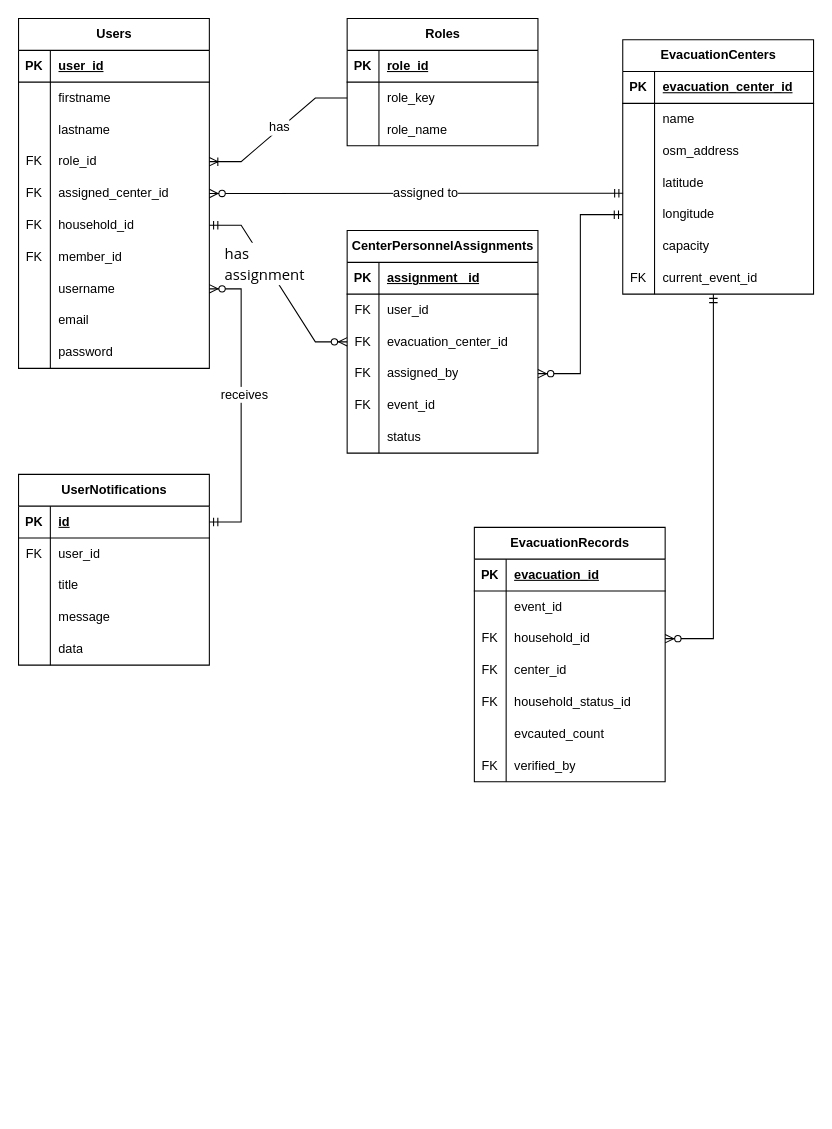
Earlier version of the draw.io diagram page "ERD" (3 of 3) of docs/sys1.0.drawio (klint-droid/EvaTrack). Source tidied: cells renumbered, new cells numbered last; positions are measured from the earlier drawing's top-left corner, leaving out a move shared by most shapes. Both pictures are drawn from the tidied source at 106%, with x=0, y=0 at pixel (18, 18).
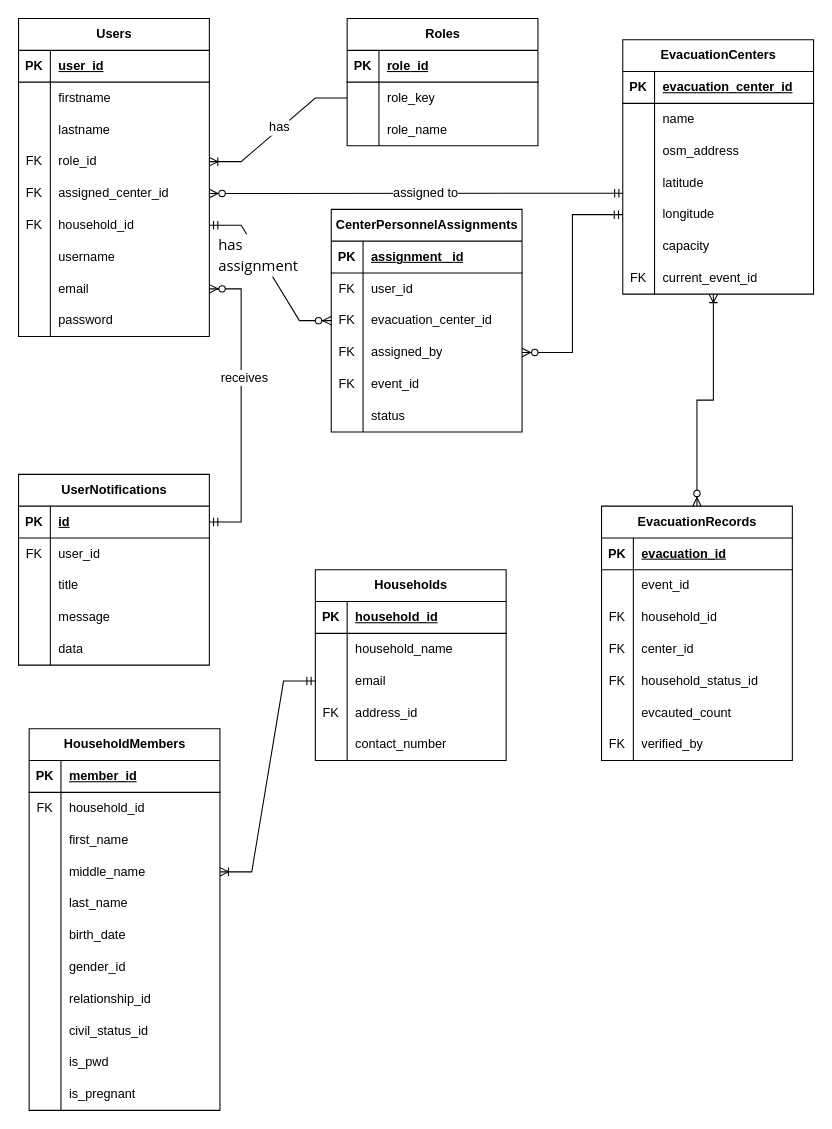
The same page after the edit.

The change refers to these unchanged cells:
```xml
<mxCell id="65" style="shape=tableRow;horizontal=0;startSize=0;swimlaneHead=0;swimlaneBody=0;fillColor=none;points=[[0,0.5],[1,0.5]];portConstraint=eastwest;top=0;left=0;right=0;bottom=1;" parent="64" vertex="1">
  <mxGeometry y="30" width="180" height="30" as="geometry" />
</mxCell>
<mxCell id="103" style="shape=tableRow;horizontal=0;startSize=0;swimlaneHead=0;swimlaneBody=0;fillColor=none;points=[[0,0.5],[1,0.5]];portConstraint=eastwest;top=0;left=0;right=0;bottom=0;" parent="84" vertex="1">
  <mxGeometry y="210" width="180" height="30" as="geometry" />
</mxCell>
<mxCell id="116" style="shape=tableRow;horizontal=0;startSize=0;swimlaneHead=0;swimlaneBody=0;fillColor=none;points=[[0,0.5],[1,0.5]];portConstraint=eastwest;top=0;left=0;right=0;bottom=0;" parent="109" vertex="1">
  <mxGeometry y="90" width="180" height="30" as="geometry" />
</mxCell>
```

Diff of the diagram source:
```diff
@@
     <mxCell id="2" value="Users" style="shape=table;startSize=30;childLayout=tableLayout;rowLines=0;fontStyle=1;align=center;html=1;" parent="1" vertex="1">
-      <mxGeometry width="180" height="330" as="geometry" />
+      <mxGeometry width="180" height="300" as="geometry" />
     </mxCell>
@@
-    <mxCell id="21" style="shape=tableRow;horizontal=0;startSize=0;swimlaneHead=0;swimlaneBody=0;fillColor=none;top=0;left=0;right=0;bottom=0;" parent="2" vertex="1">
-      <mxGeometry y="210" width="180" height="30" as="geometry" />
-    </mxCell>
-    <mxCell id="22" value="FK" style="shape=partialRectangle;fillColor=none;top=0;left=0;bottom=0;right=0;overflow=hidden;whiteSpace=wrap;html=1;" parent="21" vertex="1">
-      <mxGeometry width="30" height="30" as="geometry" />
-    </mxCell>
-    <mxCell id="23" value="member_id" style="shape=partialRectangle;fillColor=none;top=0;left=0;bottom=0;right=0;align=left;spacingLeft=6;overflow=hidden;whiteSpace=wrap;html=1;" parent="21" vertex="1">
-      <mxGeometry x="30" width="150" height="30" as="geometry" />
-    </mxCell>
     <mxCell id="24" style="shape=tableRow;horizontal=0;startSize=0;swimlaneHead=0;swimlaneBody=0;fillColor=none;points=[[0,0.5],[1,0.5]];portConstraint=eastwest;top=0;left=0;right=0;bottom=0;" parent="2" vertex="1">
-      <mxGeometry y="240" width="180" height="30" as="geometry" />
+      <mxGeometry y="210" width="180" height="30" as="geometry" />
     </mxCell>
@@
     <mxCell id="27" style="shape=tableRow;horizontal=0;startSize=0;swimlaneHead=0;swimlaneBody=0;fillColor=none;points=[[0,0.5],[1,0.5]];portConstraint=eastwest;top=0;left=0;right=0;bottom=0;" parent="2" vertex="1">
-      <mxGeometry y="270" width="180" height="30" as="geometry" />
+      <mxGeometry y="240" width="180" height="30" as="geometry" />
     </mxCell>
@@
     <mxCell id="30" style="shape=tableRow;horizontal=0;startSize=0;swimlaneHead=0;swimlaneBody=0;fillColor=none;top=0;left=0;right=0;bottom=0;" parent="2" vertex="1">
-      <mxGeometry y="300" width="180" height="30" as="geometry" />
+      <mxGeometry y="270" width="180" height="30" as="geometry" />
     </mxCell>
@@
     <mxCell id="45" value="CenterPersonnelAssignments" style="shape=table;startSize=30;childLayout=tableLayout;rowLines=0;fontStyle=1;align=center;html=1;" parent="1" vertex="1">
-      <mxGeometry x="310" y="200" width="180" height="210" as="geometry" />
+      <mxGeometry x="295" y="180" width="180" height="210" as="geometry" />
     </mxCell>
@@
-    <mxCell id="82" style="edgeStyle=entityRelationEdgeStyle;fontSize=12;html=1;endArrow=ERzeroToMany;startArrow=ERmandOne;rounded=0;defaultLabelBackgroundColor=page;labelPadding=0 4;entryX=1;entryY=0.5;entryDx=0;entryDy=0;exitX=1;exitY=0.5;exitDx=0;exitDy=0;" parent="1" edge="1" source="65" target="24">
-      <mxGeometry x="-0.05" relative="1" as="geometry" />
+    <mxCell id="82" style="edgeStyle=entityRelationEdgeStyle;fontSize=12;html=1;endArrow=ERzeroToMany;startArrow=ERmandOne;rounded=0;defaultLabelBackgroundColor=page;labelPadding=0 4;entryX=1;entryY=0.5;entryDx=0;entryDy=0;exitX=1;exitY=0.5;exitDx=0;exitDy=0;" parent="1" edge="1" source="65" target="27">
+      <mxGeometry x="0.05" relative="1" as="geometry" />
     </mxCell>
     <mxCell id="83" value="receives" style="edgeLabel;html=1;align=center;verticalAlign=middle;inheritText=1;fontSize=12;defaultLabelBackgroundColor=page;labelPadding=0 4;" parent="82" vertex="1">
-      <mxGeometry x="0.08" y="-2" relative="1" as="geometry" />
+      <mxGeometry x="0.19" y="-2" relative="1" as="geometry" />
     </mxCell>
@@
     <mxCell id="109" value="EvacuationRecords" style="shape=table;startSize=30;childLayout=tableLayout;rowLines=0;fontStyle=1;align=center;html=1;" parent="1" vertex="1">
-      <mxGeometry x="430" y="480" width="180" height="240" as="geometry" />
+      <mxGeometry x="550" y="460" width="180" height="240" as="geometry" />
     </mxCell>
@@
-    <mxCell id="131" style="fontSize=12;html=1;endArrow=ERzeroToMany;startArrow=ERmandOne;rounded=0;defaultLabelBackgroundColor=page;labelPadding=0 4;edgeStyle=orthogonalEdgeStyle;exitX=0.475;exitY=1;exitDx=0;exitDy=0;exitPerimeter=0;entryX=1;entryY=0.5;entryDx=0;entryDy=0;" parent="1" edge="1" source="103" target="116">
-      <mxGeometry x="0.14" relative="1" as="geometry">
-        <Array as="points">
-          <mxPoint x="655.5" y="585" />
-        </Array>
-      </mxGeometry>
+    <mxCell id="131" style="fontSize=12;html=1;endArrow=ERzeroToMany;startArrow=ERoneToMany;rounded=0;defaultLabelBackgroundColor=page;labelPadding=0 4;edgeStyle=orthogonalEdgeStyle;exitX=0.475;exitY=1;exitDx=0;exitDy=0;exitPerimeter=0;entryX=0.5;entryY=0;entryDx=0;entryDy=0;startFill=0;" parent="1" edge="1" source="103" target="109">
+      <mxGeometry x="-0.27" relative="1" as="geometry" />
     </mxCell>
+    <mxCell id="132" value="Households" style="shape=table;startSize=30;childLayout=tableLayout;rowLines=0;fontStyle=1;align=center;html=1;" parent="1" vertex="1">
+      <mxGeometry x="280" y="520" width="180" height="180" as="geometry" />
+    </mxCell>
+    <mxCell id="133" style="shape=tableRow;horizontal=0;startSize=0;swimlaneHead=0;swimlaneBody=0;fillColor=none;top=0;left=0;right=0;bottom=1;" parent="132" vertex="1">
+      <mxGeometry y="30" width="180" height="30" as="geometry" />
+    </mxCell>
+    <mxCell id="134" value="PK" style="shape=partialRectangle;fillColor=none;top=0;left=0;bottom=0;right=0;fontStyle=1;overflow=hidden;whiteSpace=wrap;html=1;" parent="133" vertex="1">
+      <mxGeometry width="30" height="30" as="geometry" />
+    </mxCell>
+    <mxCell id="135" value="household_id" style="shape=partialRectangle;fillColor=none;top=0;left=0;bottom=0;right=0;align=left;spacingLeft=6;fontStyle=5;overflow=hidden;whiteSpace=wrap;html=1;" parent="133" vertex="1">
+      <mxGeometry x="30" width="150" height="30" as="geometry" />
+    </mxCell>
+    <mxCell id="136" style="shape=tableRow;horizontal=0;startSize=0;swimlaneHead=0;swimlaneBody=0;fillColor=none;top=0;left=0;right=0;bottom=0;" parent="132" vertex="1">
+      <mxGeometry y="60" width="180" height="30" as="geometry" />
+    </mxCell>
+    <mxCell id="137" style="shape=partialRectangle;fillColor=none;top=0;left=0;bottom=0;right=0;overflow=hidden;whiteSpace=wrap;html=1;" parent="136" vertex="1">
+      <mxGeometry width="30" height="30" as="geometry" />
+    </mxCell>
+    <mxCell id="138" value="household_name" style="shape=partialRectangle;fillColor=none;top=0;left=0;bottom=0;right=0;align=left;spacingLeft=6;overflow=hidden;whiteSpace=wrap;html=1;" parent="136" vertex="1">
+      <mxGeometry x="30" width="150" height="30" as="geometry" />
+    </mxCell>
+    <mxCell id="139" style="shape=tableRow;horizontal=0;startSize=0;swimlaneHead=0;swimlaneBody=0;fillColor=none;points=[[0,0.5],[1,0.5]];portConstraint=eastwest;top=0;left=0;right=0;bottom=0;" parent="132" vertex="1">
+      <mxGeometry y="90" width="180" height="30" as="geometry" />
+    </mxCell>
+    <mxCell id="140" style="shape=partialRectangle;fillColor=none;top=0;left=0;bottom=0;right=0;overflow=hidden;whiteSpace=wrap;html=1;" parent="139" vertex="1">
+      <mxGeometry width="30" height="30" as="geometry" />
+    </mxCell>
+    <mxCell id="141" value="email" style="shape=partialRectangle;fillColor=none;top=0;left=0;bottom=0;right=0;align=left;spacingLeft=6;overflow=hidden;whiteSpace=wrap;html=1;" parent="139" vertex="1">
+      <mxGeometry x="30" width="150" height="30" as="geometry" />
+    </mxCell>
+    <mxCell id="142" style="shape=tableRow;horizontal=0;startSize=0;swimlaneHead=0;swimlaneBody=0;fillColor=none;top=0;left=0;right=0;bottom=0;" parent="132" vertex="1">
+      <mxGeometry y="120" width="180" height="30" as="geometry" />
+    </mxCell>
+    <mxCell id="143" value="FK" style="shape=partialRectangle;fillColor=none;top=0;left=0;bottom=0;right=0;overflow=hidden;whiteSpace=wrap;html=1;" parent="142" vertex="1">
+      <mxGeometry width="30" height="30" as="geometry" />
+    </mxCell>
+    <mxCell id="144" value="address_id" style="shape=partialRectangle;fillColor=none;top=0;left=0;bottom=0;right=0;align=left;spacingLeft=6;overflow=hidden;whiteSpace=wrap;html=1;" parent="142" vertex="1">
+      <mxGeometry x="30" width="150" height="30" as="geometry" />
+    </mxCell>
+    <mxCell id="145" style="shape=tableRow;horizontal=0;startSize=0;swimlaneHead=0;swimlaneBody=0;fillColor=none;top=0;left=0;right=0;bottom=0;" parent="132" vertex="1">
+      <mxGeometry y="150" width="180" height="30" as="geometry" />
+    </mxCell>
+    <mxCell id="146" style="shape=partialRectangle;fillColor=none;top=0;left=0;bottom=0;right=0;overflow=hidden;whiteSpace=wrap;html=1;" parent="145" vertex="1">
+      <mxGeometry width="30" height="30" as="geometry" />
+    </mxCell>
+    <mxCell id="147" value="contact_number" style="shape=partialRectangle;fillColor=none;top=0;left=0;bottom=0;right=0;align=left;spacingLeft=6;overflow=hidden;whiteSpace=wrap;html=1;" parent="145" vertex="1">
+      <mxGeometry x="30" width="150" height="30" as="geometry" />
+    </mxCell>
+    <mxCell id="148" value="HouseholdMembers" style="shape=table;startSize=30;childLayout=tableLayout;rowLines=0;fontStyle=1;align=center;html=1;" parent="1" vertex="1">
+      <mxGeometry x="10" y="670" width="180" height="360" as="geometry" />
+    </mxCell>
+    <mxCell id="149" style="shape=tableRow;horizontal=0;startSize=0;swimlaneHead=0;swimlaneBody=0;fillColor=none;top=0;left=0;right=0;bottom=1;" parent="148" vertex="1">
+      <mxGeometry y="30" width="180" height="30" as="geometry" />
+    </mxCell>
+    <mxCell id="150" value="PK" style="shape=partialRectangle;fillColor=none;top=0;left=0;bottom=0;right=0;fontStyle=1;overflow=hidden;whiteSpace=wrap;html=1;" parent="149" vertex="1">
+      <mxGeometry width="30" height="30" as="geometry" />
+    </mxCell>
+    <mxCell id="23" value="member_id" style="shape=partialRectangle;fillColor=none;top=0;left=0;bottom=0;right=0;align=left;spacingLeft=6;fontStyle=5;overflow=hidden;whiteSpace=wrap;html=1;" parent="149" vertex="1">
+      <mxGeometry x="30" width="150" height="30" as="geometry" />
+    </mxCell>
+    <mxCell id="151" style="shape=tableRow;horizontal=0;startSize=0;swimlaneHead=0;swimlaneBody=0;fillColor=none;top=0;left=0;right=0;bottom=0;" parent="148" vertex="1">
+      <mxGeometry y="60" width="180" height="30" as="geometry" />
+    </mxCell>
+    <mxCell id="152" value="FK" style="shape=partialRectangle;fillColor=none;top=0;left=0;bottom=0;right=0;overflow=hidden;whiteSpace=wrap;html=1;" parent="151" vertex="1">
+      <mxGeometry width="30" height="30" as="geometry" />
+    </mxCell>
+    <mxCell id="153" value="household_id" style="shape=partialRectangle;fillColor=none;top=0;left=0;bottom=0;right=0;align=left;spacingLeft=6;overflow=hidden;whiteSpace=wrap;html=1;" parent="151" vertex="1">
+      <mxGeometry x="30" width="150" height="30" as="geometry" />
+    </mxCell>
+    <mxCell id="154" style="shape=tableRow;horizontal=0;startSize=0;swimlaneHead=0;swimlaneBody=0;fillColor=none;top=0;left=0;right=0;bottom=0;" parent="148" vertex="1">
+      <mxGeometry y="90" width="180" height="30" as="geometry" />
+    </mxCell>
+    <mxCell id="155" style="shape=partialRectangle;fillColor=none;top=0;left=0;bottom=0;right=0;overflow=hidden;whiteSpace=wrap;html=1;" parent="154" vertex="1">
+      <mxGeometry width="30" height="30" as="geometry" />
+    </mxCell>
+    <mxCell id="156" value="first_name" style="shape=partialRectangle;fillColor=none;top=0;left=0;bottom=0;right=0;align=left;spacingLeft=6;overflow=hidden;whiteSpace=wrap;html=1;" parent="154" vertex="1">
+      <mxGeometry x="30" width="150" height="30" as="geometry" />
+    </mxCell>
+    <mxCell id="157" style="shape=tableRow;horizontal=0;startSize=0;swimlaneHead=0;swimlaneBody=0;fillColor=none;points=[[0,0.5],[1,0.5]];portConstraint=eastwest;top=0;left=0;right=0;bottom=0;" parent="148" vertex="1">
+      <mxGeometry y="120" width="180" height="30" as="geometry" />
+    </mxCell>
+    <mxCell id="158" style="shape=partialRectangle;fillColor=none;top=0;left=0;bottom=0;right=0;overflow=hidden;whiteSpace=wrap;html=1;" parent="157" vertex="1">
+      <mxGeometry width="30" height="30" as="geometry" />
+    </mxCell>
+    <mxCell id="159" value="middle_name" style="shape=partialRectangle;fillColor=none;top=0;left=0;bottom=0;right=0;align=left;spacingLeft=6;overflow=hidden;whiteSpace=wrap;html=1;" parent="157" vertex="1">
+      <mxGeometry x="30" width="150" height="30" as="geometry" />
+    </mxCell>
+    <mxCell id="160" style="shape=tableRow;horizontal=0;startSize=0;swimlaneHead=0;swimlaneBody=0;fillColor=none;top=0;left=0;right=0;bottom=0;" parent="148" vertex="1">
+      <mxGeometry y="150" width="180" height="30" as="geometry" />
+    </mxCell>
+    <mxCell id="161" style="shape=partialRectangle;fillColor=none;top=0;left=0;bottom=0;right=0;overflow=hidden;whiteSpace=wrap;html=1;" parent="160" vertex="1">
+      <mxGeometry width="30" height="30" as="geometry" />
+    </mxCell>
+    <mxCell id="162" value="last_name" style="shape=partialRectangle;fillColor=none;top=0;left=0;bottom=0;right=0;align=left;spacingLeft=6;overflow=hidden;whiteSpace=wrap;html=1;" parent="160" vertex="1">
+      <mxGeometry x="30" width="150" height="30" as="geometry" />
+    </mxCell>
+    <mxCell id="163" style="shape=tableRow;horizontal=0;startSize=0;swimlaneHead=0;swimlaneBody=0;fillColor=none;top=0;left=0;right=0;bottom=0;" parent="148" vertex="1">
+      <mxGeometry y="180" width="180" height="30" as="geometry" />
+    </mxCell>
+    <mxCell id="164" style="shape=partialRectangle;fillColor=none;top=0;left=0;bottom=0;right=0;overflow=hidden;whiteSpace=wrap;html=1;" parent="163" vertex="1">
+      <mxGeometry width="30" height="30" as="geometry" />
+    </mxCell>
+    <mxCell id="165" value="birth_date" style="shape=partialRectangle;fillColor=none;top=0;left=0;bottom=0;right=0;align=left;spacingLeft=6;overflow=hidden;whiteSpace=wrap;html=1;" parent="163" vertex="1">
+      <mxGeometry x="30" width="150" height="30" as="geometry" />
+    </mxCell>
+    <mxCell id="21" style="shape=tableRow;horizontal=0;startSize=0;swimlaneHead=0;swimlaneBody=0;fillColor=none;top=0;left=0;right=0;bottom=0;" parent="148" vertex="1">
+      <mxGeometry y="210" width="180" height="30" as="geometry" />
+    </mxCell>
+    <mxCell id="166" style="shape=partialRectangle;fillColor=none;top=0;left=0;bottom=0;right=0;overflow=hidden;whiteSpace=wrap;html=1;" parent="21" vertex="1">
+      <mxGeometry width="30" height="30" as="geometry" />
+    </mxCell>
+    <mxCell id="167" value="gender_id" style="shape=partialRectangle;fillColor=none;top=0;left=0;bottom=0;right=0;align=left;spacingLeft=6;overflow=hidden;whiteSpace=wrap;html=1;" parent="21" vertex="1">
+      <mxGeometry x="30" width="150" height="30" as="geometry" />
+    </mxCell>
+    <mxCell id="168" style="shape=tableRow;horizontal=0;startSize=0;swimlaneHead=0;swimlaneBody=0;fillColor=none;top=0;left=0;right=0;bottom=0;" parent="148" vertex="1">
+      <mxGeometry y="240" width="180" height="30" as="geometry" />
+    </mxCell>
+    <mxCell id="169" style="shape=partialRectangle;fillColor=none;top=0;left=0;bottom=0;right=0;overflow=hidden;whiteSpace=wrap;html=1;" parent="168" vertex="1">
+      <mxGeometry width="30" height="30" as="geometry" />
+    </mxCell>
+    <mxCell id="170" value="relationship_id" style="shape=partialRectangle;fillColor=none;top=0;left=0;bottom=0;right=0;align=left;spacingLeft=6;overflow=hidden;whiteSpace=wrap;html=1;" parent="168" vertex="1">
+      <mxGeometry x="30" width="150" height="30" as="geometry" />
+    </mxCell>
+    <mxCell id="171" style="shape=tableRow;horizontal=0;startSize=0;swimlaneHead=0;swimlaneBody=0;fillColor=none;top=0;left=0;right=0;bottom=0;" parent="148" vertex="1">
+      <mxGeometry y="270" width="180" height="30" as="geometry" />
+    </mxCell>
+    <mxCell id="172" style="shape=partialRectangle;fillColor=none;top=0;left=0;bottom=0;right=0;overflow=hidden;whiteSpace=wrap;html=1;" parent="171" vertex="1">
+      <mxGeometry width="30" height="30" as="geometry" />
+    </mxCell>
+    <mxCell id="173" value="civil_status_id" style="shape=partialRectangle;fillColor=none;top=0;left=0;bottom=0;right=0;align=left;spacingLeft=6;overflow=hidden;whiteSpace=wrap;html=1;" parent="171" vertex="1">
+      <mxGeometry x="30" width="150" height="30" as="geometry" />
+    </mxCell>
+    <mxCell id="174" style="shape=tableRow;horizontal=0;startSize=0;swimlaneHead=0;swimlaneBody=0;fillColor=none;top=0;left=0;right=0;bottom=0;" parent="148" vertex="1">
+      <mxGeometry y="300" width="180" height="30" as="geometry" />
+    </mxCell>
+    <mxCell id="175" style="shape=partialRectangle;fillColor=none;top=0;left=0;bottom=0;right=0;overflow=hidden;whiteSpace=wrap;html=1;" parent="174" vertex="1">
+      <mxGeometry width="30" height="30" as="geometry" />
+    </mxCell>
+    <mxCell id="176" value="is_pwd" style="shape=partialRectangle;fillColor=none;top=0;left=0;bottom=0;right=0;align=left;spacingLeft=6;overflow=hidden;whiteSpace=wrap;html=1;" parent="174" vertex="1">
+      <mxGeometry x="30" width="150" height="30" as="geometry" />
+    </mxCell>
+    <mxCell id="177" style="shape=tableRow;horizontal=0;startSize=0;swimlaneHead=0;swimlaneBody=0;fillColor=none;top=0;left=0;right=0;bottom=0;" parent="148" vertex="1">
+      <mxGeometry y="330" width="180" height="30" as="geometry" />
+    </mxCell>
+    <mxCell id="178" style="shape=partialRectangle;fillColor=none;top=0;left=0;bottom=0;right=0;overflow=hidden;whiteSpace=wrap;html=1;" parent="177" vertex="1">
+      <mxGeometry width="30" height="30" as="geometry" />
+    </mxCell>
+    <mxCell id="179" value="is_pregnant" style="shape=partialRectangle;fillColor=none;top=0;left=0;bottom=0;right=0;align=left;spacingLeft=6;overflow=hidden;whiteSpace=wrap;html=1;" parent="177" vertex="1">
+      <mxGeometry x="30" width="150" height="30" as="geometry" />
+    </mxCell>
+    <mxCell id="180" style="edgeStyle=entityRelationEdgeStyle;fontSize=12;html=1;endArrow=ERoneToMany;startArrow=ERmandOne;rounded=0;defaultLabelBackgroundColor=page;labelPadding=0 4;entryX=1;entryY=0.5;entryDx=0;entryDy=0;exitX=0;exitY=0.5;exitDx=0;exitDy=0;" parent="1" edge="1" source="139" target="157">
+      <mxGeometry relative="1" as="geometry" />
+    </mxCell>
```
